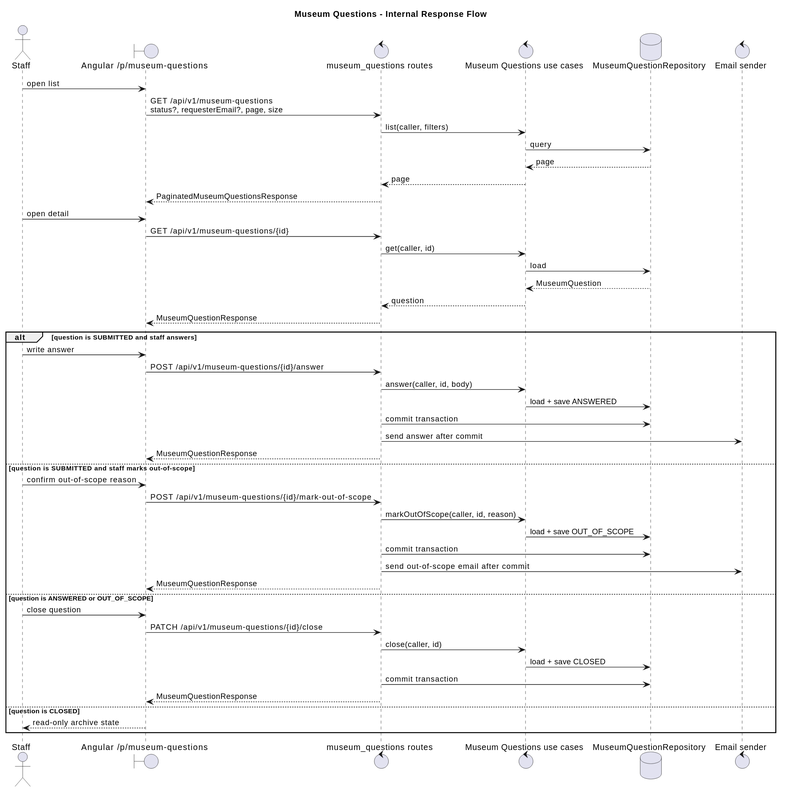
The PlantUML diagram docs/diagrams/museum-questions-response-flow.svg in marcosduchinski/vitarerum, before a commit.
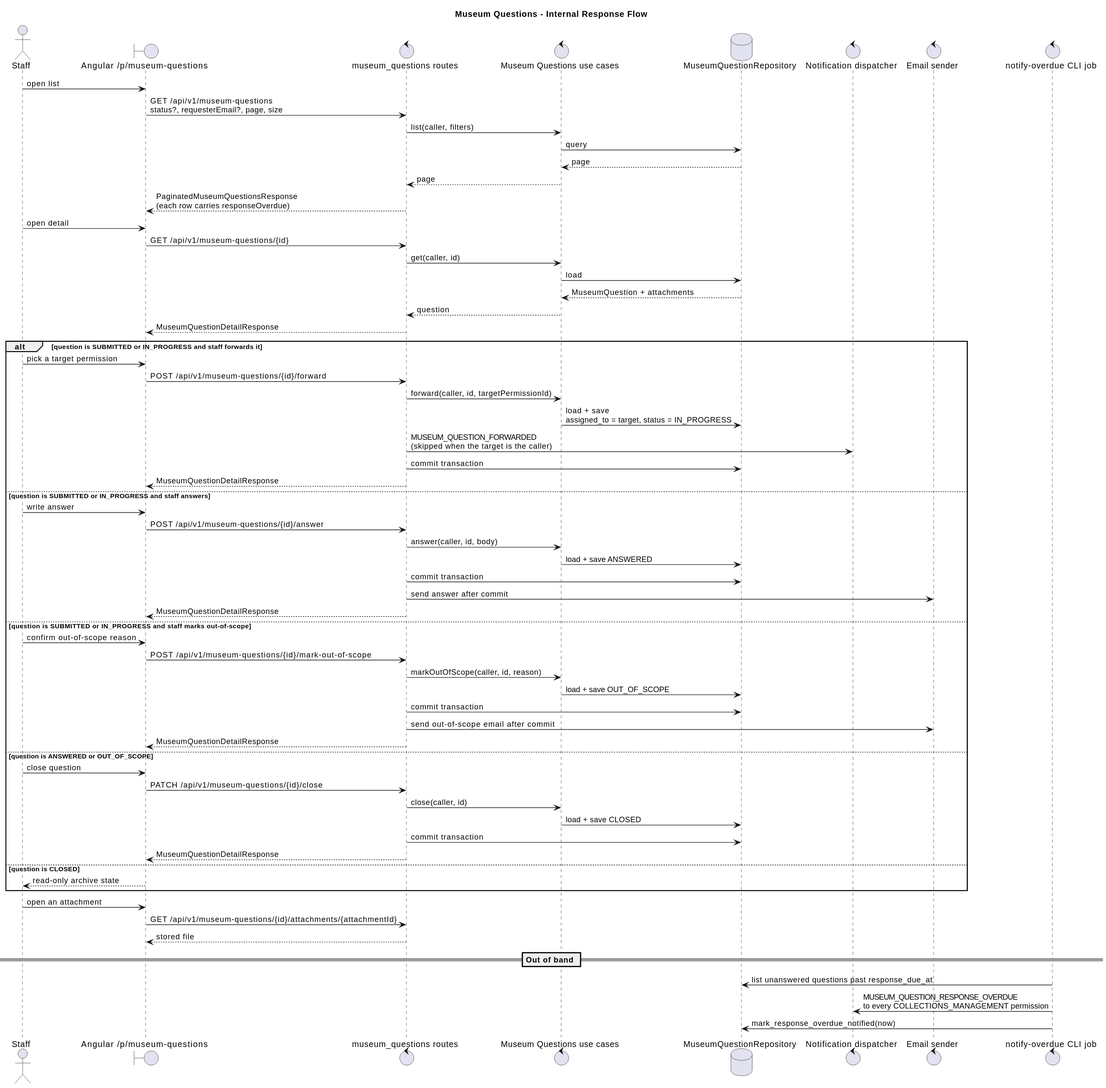
After the change.

What changed in the source:
```diff
@@ -8,7 +8,9 @@
 control "museum_questions routes" as Routes
 control "Museum Questions use cases" as UseCases
 database "MuseumQuestionRepository" as Repo
+control "Notification dispatcher" as Notify
 control "Email sender" as Email
+control "notify-overdue CLI job" as Job
 
 Staff -> UI : open list
 UI -> Routes : GET /api/v1/museum-questions\nstatus?, requesterEmail?, page, size
@@ -16,40 +18,58 @@
 UseCases -> Repo : query
 Repo --> UseCases : page
 UseCases --> Routes : page
-Routes --> UI : PaginatedMuseumQuestionsResponse
+Routes --> UI : PaginatedMuseumQuestionsResponse\n(each row carries responseOverdue)
 
 Staff -> UI : open detail
 UI -> Routes : GET /api/v1/museum-questions/{id}
 Routes -> UseCases : get(caller, id)
 UseCases -> Repo : load
-Repo --> UseCases : MuseumQuestion
+Repo --> UseCases : MuseumQuestion + attachments
 UseCases --> Routes : question
-Routes --> UI : MuseumQuestionResponse
+Routes --> UI : MuseumQuestionDetailResponse
 
-alt question is SUBMITTED and staff answers
+alt question is SUBMITTED or IN_PROGRESS and staff forwards it
+  Staff -> UI : pick a target permission
+  UI -> Routes : POST /api/v1/museum-questions/{id}/forward
+  Routes -> UseCases : forward(caller, id, targetPermissionId)
+  UseCases -> Repo : load + save\nassigned_to = target, status = IN_PROGRESS
+  Routes -> Notify : MUSEUM_QUESTION_FORWARDED\n(skipped when the target is the caller)
+  Routes -> Repo : commit transaction
+  Routes --> UI : MuseumQuestionDetailResponse
+else question is SUBMITTED or IN_PROGRESS and staff answers
   Staff -> UI : write answer
   UI -> Routes : POST /api/v1/museum-questions/{id}/answer
   Routes -> UseCases : answer(caller, id, body)
   UseCases -> Repo : load + save ANSWERED
   Routes -> Repo : commit transaction
   Routes -> Email : send answer after commit
-  Routes --> UI : MuseumQuestionResponse
-else question is SUBMITTED and staff marks out-of-scope
+  Routes --> UI : MuseumQuestionDetailResponse
+else question is SUBMITTED or IN_PROGRESS and staff marks out-of-scope
   Staff -> UI : confirm out-of-scope reason
   UI -> Routes : POST /api/v1/museum-questions/{id}/mark-out-of-scope
   Routes -> UseCases : markOutOfScope(caller, id, reason)
   UseCases -> Repo : load + save OUT_OF_SCOPE
   Routes -> Repo : commit transaction
   Routes -> Email : send out-of-scope email after commit
-  Routes --> UI : MuseumQuestionResponse
+  Routes --> UI : MuseumQuestionDetailResponse
 else question is ANSWERED or OUT_OF_SCOPE
   Staff -> UI : close question
   UI -> Routes : PATCH /api/v1/museum-questions/{id}/close
   Routes -> UseCases : close(caller, id)
   UseCases -> Repo : load + save CLOSED
   Routes -> Repo : commit transaction
-  Routes --> UI : MuseumQuestionResponse
+  Routes --> UI : MuseumQuestionDetailResponse
 else question is CLOSED
   UI --> Staff : read-only archive state
 end
+
+Staff -> UI : open an attachment
+UI -> Routes : GET /api/v1/museum-questions/{id}/attachments/{attachmentId}
+Routes --> UI : stored file
+
+== Out of band ==
+
+Job -> Repo : list unanswered questions past response_due_at
+Job -> Notify : MUSEUM_QUESTION_RESPONSE_OVERDUE\nto every COLLECTIONS_MANAGEMENT permission
+Job -> Repo : mark_response_overdue_notified(now)
 @enduml
```
